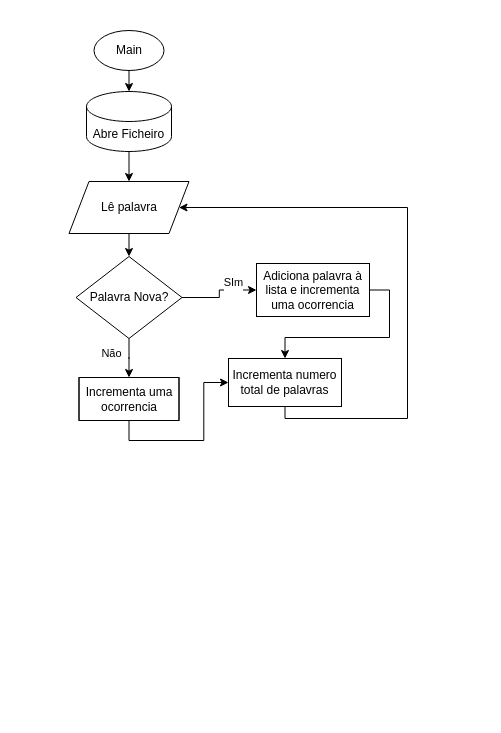
TioDosio/1P2A-Faculdade keeps this draw.io diagram as AED/Lab3/sources/pt2/Untitled Diagram.drawio. Above is the earlier version. Source tidied: cells renumbered, new cells numbered last; positions are measured from the earlier drawing's top-left corner, leaving out a move shared by most shapes. Both pictures are drawn from the tidied source at 100%, with x=0, y=0 at pixel (69, 30).
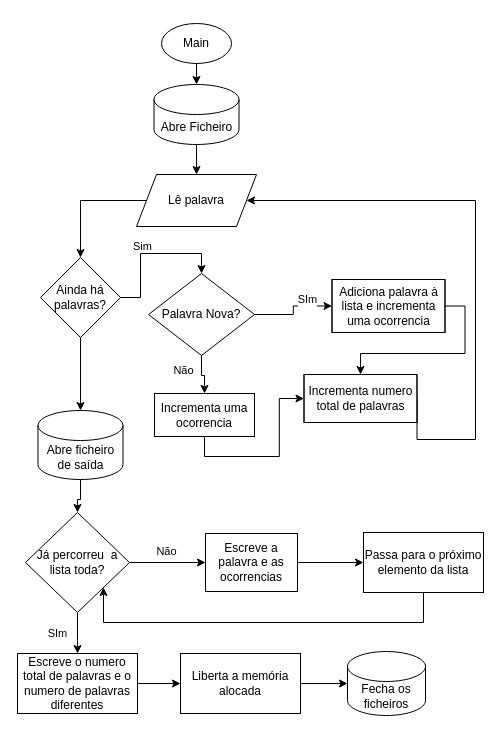
After the change.

Diff of the diagram source:
```diff
@@
     <mxCell id="2" style="edgeStyle=orthogonalEdgeStyle;rounded=0;jettySize=auto;html=1;entryX=0.5;entryY=0;entryDx=0;entryDy=0;exitX=0.5;exitY=1;exitDx=0;exitDy=0;entryPerimeter=0;" parent="1" edge="1" source="3" target="7">
       <mxGeometry relative="1" as="geometry">
         <Array as="points">
-          <mxPoint x="60" y="1" />
-          <mxPoint x="60" y="31" />
+          <mxPoint x="127.5" y="-6" />
+          <mxPoint x="127.5" y="24" />
         </Array>
       </mxGeometry>
     </mxCell>
     <mxCell id="3" value="Main" style="ellipse;whiteSpace=wrap;html=1;" parent="1" vertex="1">
-      <mxGeometry x="24.5" width="70" height="40" as="geometry" />
+      <mxGeometry x="92" y="-7" width="70" height="40" as="geometry" />
     </mxCell>
@@
     <mxCell id="5" value="Adiciona palavra à lista e incrementa uma ocorrencia" style="shape=process;whiteSpace=wrap;html=1;backgroundOutline=1;size=0;" parent="1" vertex="1">
-      <mxGeometry x="187" y="233" width="113" height="53" as="geometry" />
+      <mxGeometry x="262.5" y="249" width="113" height="53" as="geometry" />
     </mxCell>
@@
     <mxCell id="7" value="Abre Ficheiro" style="shape=cylinder3;whiteSpace=wrap;html=1;boundedLbl=1;backgroundOutline=1;size=15;" parent="1" vertex="1">
-      <mxGeometry x="17" y="61" width="85" height="60" as="geometry" />
+      <mxGeometry x="84.5" y="54" width="85" height="60" as="geometry" />
     </mxCell>
-    <mxCell id="8" style="edgeStyle=orthogonalEdgeStyle;rounded=0;jettySize=auto;html=1;" parent="1" edge="1" source="9" target="12">
-      <mxGeometry relative="1" as="geometry">
-        <Array as="points">
-          <mxPoint x="60" y="234" />
-          <mxPoint x="60" y="234" />
-        </Array>
-      </mxGeometry>
-    </mxCell>
+    <mxCell id="17" style="edgeStyle=orthogonalEdgeStyle;rounded=0;jettySize=auto;html=1;entryX=0.5;entryY=0;entryDx=0;entryDy=0;" parent="1" edge="1" source="9" target="21">
+      <mxGeometry relative="1" as="geometry" />
+    </mxCell>
     <mxCell id="9" value="Lê palavra" style="shape=parallelogram;perimeter=parallelogramPerimeter;whiteSpace=wrap;html=1;fixedSize=1;" parent="1" vertex="1">
-      <mxGeometry x="-0.5" y="151" width="120" height="52" as="geometry" />
+      <mxGeometry x="67" y="144" width="120" height="52" as="geometry" />
     </mxCell>
@@
     <mxCell id="12" value="Palavra Nova?" style="rhombus;whiteSpace=wrap;html=1;" parent="1" vertex="1">
-      <mxGeometry x="6.5" y="226" width="106" height="82" as="geometry" />
+      <mxGeometry x="79" y="243" width="106" height="82" as="geometry" />
     </mxCell>
@@
     <mxCell id="14" value="&lt;div&gt;Incrementa uma ocorrencia&lt;/div&gt;" style="shape=process;whiteSpace=wrap;html=1;backgroundOutline=1;size=0;" parent="1" vertex="1">
-      <mxGeometry x="9.5" y="347" width="100" height="43" as="geometry" />
+      <mxGeometry x="85" y="363" width="100" height="43" as="geometry" />
     </mxCell>
-    <mxCell id="15" style="edgeStyle=orthogonalEdgeStyle;rounded=0;jettySize=auto;html=1;entryX=1;entryY=0.5;entryDx=0;entryDy=0;" parent="1" edge="1" source="16" target="9">
+    <mxCell id="15" style="edgeStyle=orthogonalEdgeStyle;rounded=0;jettySize=auto;html=1;entryX=1;entryY=0.5;entryDx=0;entryDy=0;exitX=1;exitY=0.5;exitDx=0;exitDy=0;" parent="1" edge="1" source="16" target="9">
       <mxGeometry relative="1" as="geometry">
         <Array as="points">
-          <mxPoint x="216" y="388" />
-          <mxPoint x="338" y="388" />
-          <mxPoint x="338" y="177" />
+          <mxPoint x="406" y="409" />
+          <mxPoint x="406" y="170" />
         </Array>
       </mxGeometry>
     </mxCell>
     <mxCell id="16" value="Incrementa numero total de palavras" style="shape=process;whiteSpace=wrap;html=1;backgroundOutline=1;size=0;" parent="1" vertex="1">
-      <mxGeometry x="159" y="328" width="113" height="48" as="geometry" />
+      <mxGeometry x="234.5" y="344" width="113" height="48" as="geometry" />
     </mxCell>
+    <mxCell id="18" style="edgeStyle=orthogonalEdgeStyle;rounded=0;jettySize=auto;html=1;entryX=0.5;entryY=0;entryDx=0;entryDy=0;" parent="1" edge="1" source="21" target="12">
+      <mxGeometry relative="1" as="geometry" />
+    </mxCell>
+    <mxCell id="19" value="Sim" style="edgeLabel;html=1;align=center;verticalAlign=middle;" parent="18" vertex="1">
+      <mxGeometry x="-0.2" y="-4" relative="1" as="geometry">
+        <mxPoint x="-3" y="-14" as="offset" />
+      </mxGeometry>
+    </mxCell>
+    <mxCell id="20" style="edgeStyle=orthogonalEdgeStyle;rounded=0;jettySize=auto;html=1;entryX=0.5;entryY=0;entryDx=0;entryDy=0;entryPerimeter=0;" parent="1" edge="1" source="21" target="23">
+      <mxGeometry relative="1" as="geometry" />
+    </mxCell>
+    <mxCell id="21" value="Ainda há palavras?" style="rhombus;whiteSpace=wrap;html=1;" parent="1" vertex="1">
+      <mxGeometry x="-29" y="227" width="80" height="80" as="geometry" />
+    </mxCell>
+    <mxCell id="22" style="edgeStyle=orthogonalEdgeStyle;rounded=0;jettySize=auto;html=1;" parent="1" edge="1" source="23" target="26">
+      <mxGeometry relative="1" as="geometry" />
+    </mxCell>
+    <mxCell id="23" value="Abre ficheiro de saída" style="shape=cylinder3;whiteSpace=wrap;html=1;boundedLbl=1;backgroundOutline=1;size=15;" parent="1" vertex="1">
+      <mxGeometry x="-31.5" y="380" width="85" height="69" as="geometry" />
+    </mxCell>
+    <mxCell id="24" value="Não" style="edgeStyle=orthogonalEdgeStyle;rounded=0;jettySize=auto;html=1;" parent="1" edge="1" source="26" target="29">
+      <mxGeometry x="-0.03" y="11" relative="1" as="geometry" />
+    </mxCell>
+    <mxCell id="25" value="SIm" style="edgeStyle=orthogonalEdgeStyle;rounded=0;jettySize=auto;html=1;" parent="1" edge="1" source="26" target="31">
+      <mxGeometry x="0.02" y="-20" relative="1" as="geometry" />
+    </mxCell>
+    <mxCell id="26" value="Já percorreu&amp;nbsp; a lista toda?" style="rhombus;whiteSpace=wrap;html=1;" parent="1" vertex="1">
+      <mxGeometry x="-44" y="482" width="104" height="100" as="geometry" />
+    </mxCell>
+    <mxCell id="27" style="edgeStyle=orthogonalEdgeStyle;rounded=0;jettySize=auto;html=1;entryX=1;entryY=1;entryDx=0;entryDy=0;exitX=0.5;exitY=1;exitDx=0;exitDy=0;" parent="1" edge="1" source="32" target="26">
+      <mxGeometry relative="1" as="geometry">
+        <Array as="points">
+          <mxPoint x="354" y="592" />
+          <mxPoint x="34" y="592" />
+        </Array>
+      </mxGeometry>
+    </mxCell>
+    <mxCell id="28" style="edgeStyle=orthogonalEdgeStyle;rounded=0;jettySize=auto;html=1;" parent="1" edge="1" source="29" target="32">
+      <mxGeometry relative="1" as="geometry" />
+    </mxCell>
+    <mxCell id="29" value="Escreve a palavra e as ocorrencias" style="whiteSpace=wrap;html=1;" parent="1" vertex="1">
+      <mxGeometry x="136" y="503" width="92" height="58" as="geometry" />
+    </mxCell>
+    <mxCell id="30" style="edgeStyle=orthogonalEdgeStyle;rounded=0;jettySize=auto;html=1;" parent="1" edge="1" source="31" target="34">
+      <mxGeometry relative="1" as="geometry" />
+    </mxCell>
+    <mxCell id="31" value="Escreve o numero total de palavras e o numero de palavras diferentes" style="whiteSpace=wrap;html=1;" parent="1" vertex="1">
+      <mxGeometry x="-52" y="623" width="120" height="60" as="geometry" />
+    </mxCell>
+    <mxCell id="32" value="Passa para o próximo elemento da lista" style="whiteSpace=wrap;html=1;" parent="1" vertex="1">
+      <mxGeometry x="294" y="502" width="120" height="60" as="geometry" />
+    </mxCell>
+    <mxCell id="33" style="edgeStyle=orthogonalEdgeStyle;rounded=0;jettySize=auto;html=1;entryX=0;entryY=0.5;entryDx=0;entryDy=0;entryPerimeter=0;" parent="1" edge="1" source="34" target="35">
+      <mxGeometry relative="1" as="geometry" />
+    </mxCell>
+    <mxCell id="34" value="&lt;div&gt;Liberta a memória alocada&lt;br&gt;&lt;/div&gt;" style="whiteSpace=wrap;html=1;" parent="1" vertex="1">
+      <mxGeometry x="111" y="623" width="120" height="60" as="geometry" />
+    </mxCell>
+    <mxCell id="35" value=" Fecha os ficheiros" style="shape=cylinder3;whiteSpace=wrap;html=1;boundedLbl=1;backgroundOutline=1;size=15;" parent="1" vertex="1">
+      <mxGeometry x="278" y="621" width="78" height="64" as="geometry" />
+    </mxCell>
```
